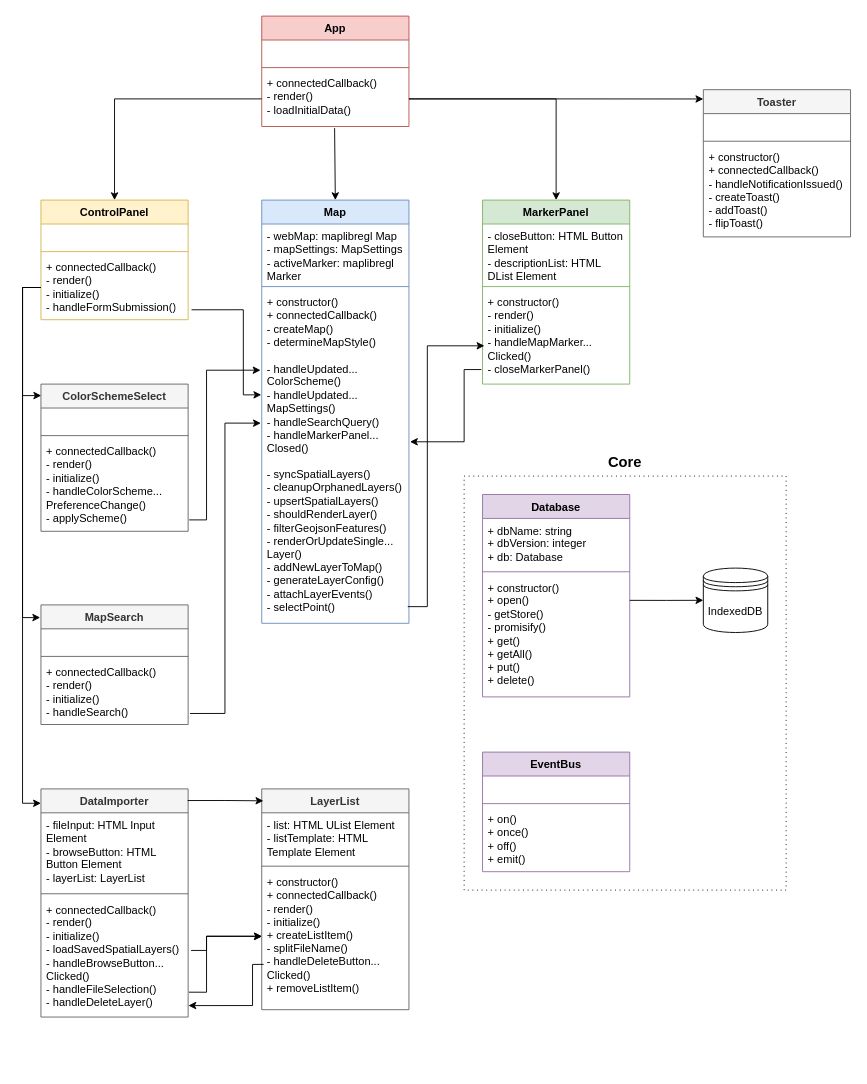
Before: docs/ClassDiagram.drawio in Aps-x/Capstone, a draw.io diagram. Source tidied: cells renumbered, new cells numbered last; positions are measured from the earlier drawing's top-left corner, leaving out a move shared by most shapes. Both pictures are drawn from the tidied source at 92%, with x=0, y=0 at pixel (40, 16).
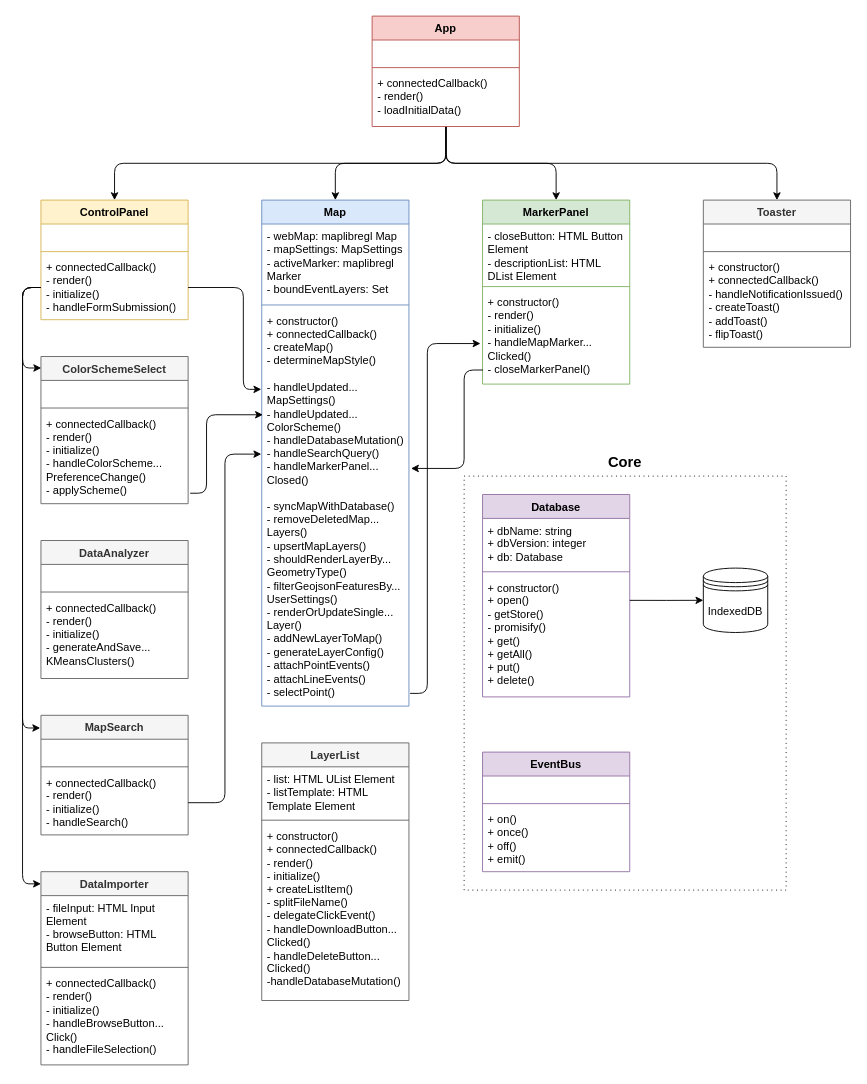
The same diagram, later.

The change refers to these unchanged cells:
```xml
<mxCell id="7" value="ControlPanel" style="swimlane;fontStyle=1;align=center;verticalAlign=top;horizontal=1;startSize=26;whiteSpace=wrap;html=1;fillColor=#fff2cc;strokeColor=#d6b656;" parent="1" vertex="1">
  <mxGeometry y="200" width="160" height="130" as="geometry" />
</mxCell>
<mxCell id="10" value="&lt;div&gt;+ connectedCallback()&lt;/div&gt;&lt;div&gt;- render()&lt;/div&gt;&lt;div&gt;- initialize()&lt;/div&gt;&lt;div&gt;- handleFormSubmission()&lt;/div&gt;" style="text;strokeColor=none;fillColor=none;align=left;verticalAlign=top;spacingLeft=4;spacingRight=4;overflow=hidden;points=[[0,0.5],[1,0.5]];portConstraint=eastwest;whiteSpace=wrap;html=1;" parent="7" vertex="1">
  <mxGeometry y="60" width="160" height="70" as="geometry" />
</mxCell>
<mxCell id="11" value="&lt;div&gt;MarkerPanel&lt;/div&gt;" style="swimlane;fontStyle=1;align=center;verticalAlign=top;horizontal=1;startSize=26;whiteSpace=wrap;html=1;fillColor=#d5e8d4;strokeColor=#82b366;" parent="1" vertex="1">
  <mxGeometry x="480" y="200" width="160" height="200" as="geometry" />
</mxCell>
<mxCell id="14" value="&lt;div&gt;+ constructor()&lt;/div&gt;&lt;div&gt;- render()&lt;/div&gt;&lt;div&gt;- initialize()&lt;/div&gt;&lt;div&gt;- handleMapMarker... Clicked()&lt;/div&gt;&lt;div&gt;- closeMarkerPanel()&lt;/div&gt;" style="text;strokeColor=none;fillColor=none;align=left;verticalAlign=top;spacingLeft=4;spacingRight=4;overflow=hidden;points=[[0,0.5],[1,0.5]];portConstraint=eastwest;whiteSpace=wrap;html=1;" parent="11" vertex="1">
  <mxGeometry y="98" width="160" height="102" as="geometry" />
</mxCell>
<mxCell id="18" value="&lt;div&gt;+ connectedCallback()&lt;/div&gt;&lt;div&gt;- render()&lt;/div&gt;&lt;div&gt;- loadInitialData()&lt;/div&gt;" style="text;strokeColor=none;fillColor=none;align=left;verticalAlign=top;spacingLeft=4;spacingRight=4;overflow=hidden;points=[[0,0.5],[1,0.5]];portConstraint=eastwest;whiteSpace=wrap;html=1;" parent="15" vertex="1">
  <mxGeometry y="60" width="160" height="60" as="geometry" />
</mxCell>
<mxCell id="30" value="&lt;div&gt;+ connectedCallback()&lt;/div&gt;&lt;div&gt;- render()&lt;/div&gt;&lt;div&gt;- initialize()&lt;/div&gt;&lt;div&gt;- handleColorScheme... PreferenceChange()&lt;/div&gt;&lt;div&gt;- applyScheme()&lt;/div&gt;" style="text;strokeColor=none;fillColor=none;align=left;verticalAlign=top;spacingLeft=4;spacingRight=4;overflow=hidden;points=[[0,0.5],[1,0.5]];portConstraint=eastwest;whiteSpace=wrap;html=1;" parent="27" vertex="1">
  <mxGeometry y="60" width="160" height="100" as="geometry" />
</mxCell>
<mxCell id="48" value="&lt;div&gt;+ connectedCallback()&lt;/div&gt;&lt;div&gt;- render()&lt;/div&gt;&lt;div&gt;- initialize()&lt;/div&gt;&lt;div&gt;- handleSearch()&lt;/div&gt;" style="text;strokeColor=none;fillColor=none;align=left;verticalAlign=top;spacingLeft=4;spacingRight=4;overflow=hidden;points=[[0,0.5],[1,0.5]];portConstraint=eastwest;whiteSpace=wrap;html=1;" parent="45" vertex="1">
  <mxGeometry y="60" width="160" height="70" as="geometry" />
</mxCell>
```

The edit, as a diff of the source:
```diff
@@
     <mxCell id="3" value="Map" style="swimlane;fontStyle=1;align=center;verticalAlign=top;horizontal=1;startSize=26;whiteSpace=wrap;html=1;fillColor=#dae8fc;strokeColor=#6c8ebf;" parent="1" vertex="1">
-      <mxGeometry x="240" y="200" width="160" height="460" as="geometry" />
+      <mxGeometry x="240" y="200" width="160" height="550" as="geometry" />
     </mxCell>
-    <mxCell id="4" value="&lt;div&gt;- webMap: maplibregl Map&lt;/div&gt;&lt;div&gt;- mapSettings: MapSettings&lt;/div&gt;&lt;div&gt;- activeMarker: maplibregl Marker&lt;/div&gt;" style="text;strokeColor=none;fillColor=none;align=left;verticalAlign=top;spacingLeft=4;spacingRight=4;overflow=hidden;whiteSpace=wrap;html=1;" parent="3" vertex="1">
-      <mxGeometry y="26" width="160" height="64" as="geometry" />
+    <mxCell id="4" value="&lt;div&gt;- webMap: maplibregl Map&lt;/div&gt;&lt;div&gt;- mapSettings: MapSettings&lt;/div&gt;&lt;div&gt;- activeMarker: maplibregl Marker&lt;/div&gt;&lt;div&gt;- boundEventLayers: Set&lt;/div&gt;" style="text;strokeColor=none;fillColor=none;align=left;verticalAlign=top;spacingLeft=4;spacingRight=4;overflow=hidden;whiteSpace=wrap;html=1;" parent="3" vertex="1">
+      <mxGeometry y="26" width="160" height="84" as="geometry" />
     </mxCell>
     <mxCell id="5" style="line;strokeWidth=1;fillColor=none;align=left;verticalAlign=middle;spacingTop=-1;spacingLeft=3;spacingRight=3;labelPosition=right;strokeColor=inherit;" parent="3" vertex="1">
-      <mxGeometry y="90" width="160" height="8" as="geometry" />
+      <mxGeometry y="110" width="160" height="8" as="geometry" />
     </mxCell>
-    <mxCell id="6" value="&lt;div&gt;+ constructor()&lt;/div&gt;&lt;div&gt;+ connectedCallback()&lt;/div&gt;&lt;div&gt;- createMap()&lt;/div&gt;&lt;div&gt;- determineMapStyle()&lt;/div&gt;&lt;div&gt;&lt;br&gt;&lt;/div&gt;&lt;div&gt;- handleUpdated... ColorScheme()&lt;/div&gt;&lt;div&gt;- handleUpdated... MapSettings()&lt;/div&gt;&lt;div&gt;&lt;div&gt;- handleSearchQuery()&lt;/div&gt;&lt;div&gt;- handleMarkerPanel... Closed()&lt;/div&gt;&lt;br&gt;&lt;/div&gt;&lt;div&gt;- syncSpatialLayers()&lt;/div&gt;&lt;div&gt;- cleanupOrphanedLayers()&lt;/div&gt;&lt;div&gt;- upsertSpatialLayers()&lt;/div&gt;&lt;div&gt;- shouldRenderLayer()&lt;/div&gt;&lt;div&gt;- filterGeojsonFeatures()&lt;/div&gt;&lt;div&gt;- renderOrUpdateSingle... Layer()&lt;/div&gt;&lt;div&gt;- addNewLayerToMap()&lt;/div&gt;&lt;div&gt;- generateLayerConfig()&lt;/div&gt;&lt;div&gt;- attachLayerEvents()&lt;/div&gt;&lt;div&gt;- selectPoint()&lt;/div&gt;" style="text;strokeColor=none;fillColor=none;align=left;verticalAlign=top;spacingLeft=4;spacingRight=4;overflow=hidden;points=[[0,0.5],[1,0.5]];portConstraint=eastwest;whiteSpace=wrap;html=1;" parent="3" vertex="1">
-      <mxGeometry y="98" width="160" height="362" as="geometry" />
+    <mxCell id="6" value="&lt;div&gt;+ constructor()&lt;/div&gt;&lt;div&gt;+ connectedCallback()&lt;/div&gt;&lt;div&gt;- createMap()&lt;/div&gt;&lt;div&gt;- determineMapStyle()&lt;/div&gt;&lt;div&gt;&lt;br&gt;&lt;/div&gt;&lt;div&gt;- handleUpdated... MapSettings()&lt;/div&gt;&lt;div&gt;- handleUpdated... ColorScheme()&lt;/div&gt;&lt;div&gt;- handleDatabaseMutation()&lt;/div&gt;&lt;div&gt;&lt;div&gt;- handleSearchQuery()&lt;/div&gt;&lt;div&gt;- handleMarkerPanel... Closed()&lt;/div&gt;&lt;br&gt;&lt;/div&gt;&lt;div&gt;- syncMapWithDatabase()&lt;/div&gt;&lt;div&gt;- removeDeletedMap... Layers()&lt;/div&gt;&lt;div&gt;- upsertMapLayers()&lt;/div&gt;&lt;div&gt;- shouldRenderLayerBy... GeometryType()&lt;/div&gt;&lt;div&gt;- filterGeojsonFeaturesBy... UserSettings()&lt;/div&gt;&lt;div&gt;- renderOrUpdateSingle... Layer()&lt;/div&gt;&lt;div&gt;- addNewLayerToMap()&lt;/div&gt;&lt;div&gt;- generateLayerConfig()&lt;/div&gt;&lt;div&gt;- attachPointEvents()&lt;/div&gt;&lt;div&gt;- attachLineEvents()&lt;/div&gt;&lt;div&gt;- selectPoint()&lt;/div&gt;" style="text;strokeColor=none;fillColor=none;align=left;verticalAlign=top;spacingLeft=4;spacingRight=4;overflow=hidden;points=[[0,0.5],[1,0.5]];portConstraint=eastwest;whiteSpace=wrap;html=1;" parent="3" vertex="1">
+      <mxGeometry y="118" width="160" height="432" as="geometry" />
     </mxCell>
@@
+    <mxCell id="66" style="edgeStyle=orthogonalEdgeStyle;rounded=1;jettySize=auto;html=1;curved=0;" parent="1" edge="1" source="15" target="11">
+      <mxGeometry relative="1" as="geometry" />
+    </mxCell>
+    <mxCell id="67" style="edgeStyle=orthogonalEdgeStyle;rounded=1;jettySize=auto;html=1;entryX=0.5;entryY=0;entryDx=0;entryDy=0;curved=0;" parent="1" edge="1" source="15" target="3">
+      <mxGeometry relative="1" as="geometry" />
+    </mxCell>
+    <mxCell id="26" style="edgeStyle=orthogonalEdgeStyle;rounded=1;jettySize=auto;html=1;exitX=0.503;exitY=0.991;exitDx=0;exitDy=0;exitPerimeter=0;curved=0;" parent="1" edge="1" source="18" target="22">
+      <mxGeometry relative="1" as="geometry" />
+    </mxCell>
+    <mxCell id="21" style="edgeStyle=orthogonalEdgeStyle;rounded=1;jettySize=auto;html=1;exitX=0.503;exitY=0.991;exitDx=0;exitDy=0;exitPerimeter=0;curved=0;" parent="1" edge="1" source="18" target="7">
+      <mxGeometry relative="1" as="geometry" />
+    </mxCell>
     <mxCell id="15" value="App" style="swimlane;fontStyle=1;align=center;verticalAlign=top;horizontal=1;startSize=26;whiteSpace=wrap;html=1;fillColor=#f8cecc;strokeColor=#b85450;" parent="1" vertex="1">
-      <mxGeometry x="240" width="160" height="120" as="geometry" />
+      <mxGeometry x="360" width="160" height="120" as="geometry" />
     </mxCell>
@@
-    <mxCell id="19" style="endArrow=classic;html=1;rounded=0;exitX=0.495;exitY=1.029;exitDx=0;exitDy=0;exitPerimeter=0;entryX=0.5;entryY=0;entryDx=0;entryDy=0;" parent="1" edge="1" source="18" target="3">
-      <mxGeometry relative="1" as="geometry" />
-    </mxCell>
-    <mxCell id="20" style="edgeStyle=orthogonalEdgeStyle;rounded=0;jettySize=auto;html=1;entryX=0.5;entryY=0;entryDx=0;entryDy=0;" parent="1" edge="1" source="18" target="11">
-      <mxGeometry relative="1" as="geometry" />
-    </mxCell>
-    <mxCell id="21" style="edgeStyle=orthogonalEdgeStyle;rounded=0;jettySize=auto;html=1;exitX=0;exitY=0.5;exitDx=0;exitDy=0;entryX=0.5;entryY=0;entryDx=0;entryDy=0;" parent="1" edge="1" source="18" target="7">
-      <mxGeometry relative="1" as="geometry" />
-    </mxCell>
     <mxCell id="22" value="Toaster" style="swimlane;fontStyle=1;align=center;verticalAlign=top;horizontal=1;startSize=26;whiteSpace=wrap;html=1;fillColor=#f5f5f5;strokeColor=#666666;fontColor=#333333;" parent="1" vertex="1">
-      <mxGeometry x="720" y="80" width="160" height="160" as="geometry" />
+      <mxGeometry x="720" y="200" width="160" height="160" as="geometry" />
     </mxCell>
@@
-    <mxCell id="26" style="edgeStyle=orthogonalEdgeStyle;rounded=0;jettySize=auto;html=1;exitX=1;exitY=0.5;exitDx=0;exitDy=0;entryX=0;entryY=0.063;entryDx=0;entryDy=0;entryPerimeter=0;" parent="1" edge="1" source="18" target="22">
-      <mxGeometry relative="1" as="geometry" />
-    </mxCell>
     <mxCell id="27" value="ColorSchemeSelect" style="swimlane;fontStyle=1;align=center;verticalAlign=top;horizontal=1;startSize=26;whiteSpace=wrap;html=1;fillColor=#f5f5f5;strokeColor=#666666;fontColor=#333333;" parent="1" vertex="1">
-      <mxGeometry y="400" width="160" height="160" as="geometry" />
+      <mxGeometry y="370" width="160" height="160" as="geometry" />
     </mxCell>
@@
-    <mxCell id="31" style="edgeStyle=orthogonalEdgeStyle;rounded=0;jettySize=auto;html=1;entryX=-0.003;entryY=0.314;entryDx=0;entryDy=0;entryPerimeter=0;exitX=1.023;exitY=0.846;exitDx=0;exitDy=0;exitPerimeter=0;" parent="1" edge="1" source="10" target="6">
-      <mxGeometry relative="1" as="geometry">
-        <Array as="points">
-          <mxPoint x="220" y="319" />
-          <mxPoint x="220" y="412" />
-        </Array>
-      </mxGeometry>
-    </mxCell>
-    <mxCell id="32" style="edgeStyle=orthogonalEdgeStyle;rounded=0;jettySize=auto;html=1;entryX=1.007;entryY=0.455;entryDx=0;entryDy=0;entryPerimeter=0;exitX=-0.008;exitY=0.845;exitDx=0;exitDy=0;exitPerimeter=0;" parent="1" edge="1" source="14" target="6">
-      <mxGeometry relative="1" as="geometry">
-        <Array as="points">
-          <mxPoint x="460" y="384" />
-          <mxPoint x="460" y="463" />
-        </Array>
-      </mxGeometry>
-    </mxCell>
-    <mxCell id="33" style="edgeStyle=orthogonalEdgeStyle;rounded=0;jettySize=auto;html=1;entryX=0.013;entryY=0.592;entryDx=0;entryDy=0;entryPerimeter=0;exitX=0.992;exitY=0.95;exitDx=0;exitDy=0;exitPerimeter=0;" parent="1" edge="1" source="6" target="14">
-      <mxGeometry relative="1" as="geometry">
-        <Array as="points">
-          <mxPoint x="420" y="642" />
-          <mxPoint x="420" y="358" />
-        </Array>
-      </mxGeometry>
-    </mxCell>
-    <mxCell id="34" style="edgeStyle=orthogonalEdgeStyle;rounded=0;jettySize=auto;html=1;exitX=1.007;exitY=0.876;exitDx=0;exitDy=0;entryX=-0.008;entryY=0.24;entryDx=0;entryDy=0;entryPerimeter=0;exitPerimeter=0;" parent="1" edge="1" source="30" target="6">
-      <mxGeometry relative="1" as="geometry">
-        <Array as="points">
-          <mxPoint x="180" y="548" />
-          <mxPoint x="180" y="385" />
-        </Array>
-      </mxGeometry>
-    </mxCell>
-    <mxCell id="35" style="edgeStyle=orthogonalEdgeStyle;rounded=0;jettySize=auto;html=1;entryX=0.002;entryY=0.078;entryDx=0;entryDy=0;entryPerimeter=0;" parent="1" edge="1" source="10" target="27">
+    <mxCell id="35" style="edgeStyle=orthogonalEdgeStyle;rounded=1;jettySize=auto;html=1;entryX=0.002;entryY=0.078;entryDx=0;entryDy=0;entryPerimeter=0;curved=0;" parent="1" edge="1" source="10" target="27">
       <mxGeometry relative="1" as="geometry" />
     </mxCell>
     <mxCell id="36" value="DataImporter" style="swimlane;fontStyle=1;align=center;verticalAlign=top;horizontal=1;startSize=26;whiteSpace=wrap;html=1;fillColor=#f5f5f5;strokeColor=#666666;fontColor=#333333;" parent="1" vertex="1">
-      <mxGeometry y="840" width="160" height="248" as="geometry" />
+      <mxGeometry y="930" width="160" height="210" as="geometry" />
     </mxCell>
-    <mxCell id="37" value="&lt;div&gt;- fileInput: HTML Input Element&lt;/div&gt;&lt;div&gt;- browseButton: HTML Button Element&lt;/div&gt;&lt;div&gt;- layerList: LayerList&lt;/div&gt;" style="text;align=left;verticalAlign=top;spacingLeft=4;spacingRight=4;overflow=hidden;whiteSpace=wrap;html=1;" parent="36" vertex="1">
-      <mxGeometry y="26" width="160" height="84" as="geometry" />
+    <mxCell id="37" value="&lt;div&gt;- fileInput: HTML Input Element&lt;/div&gt;&lt;div&gt;- browseButton: HTML Button Element&lt;/div&gt;" style="text;align=left;verticalAlign=top;spacingLeft=4;spacingRight=4;overflow=hidden;whiteSpace=wrap;html=1;" parent="36" vertex="1">
+      <mxGeometry y="26" width="160" height="74" as="geometry" />
     </mxCell>
     <mxCell id="38" style="line;strokeWidth=1;fillColor=none;align=left;verticalAlign=middle;spacingTop=-1;spacingLeft=3;spacingRight=3;labelPosition=right;strokeColor=inherit;" parent="36" vertex="1">
-      <mxGeometry y="110" width="160" height="8" as="geometry" />
+      <mxGeometry y="100" width="160" height="8" as="geometry" />
     </mxCell>
-    <mxCell id="39" value="&lt;div&gt;+ connectedCallback()&lt;/div&gt;&lt;div&gt;- render()&lt;/div&gt;&lt;div&gt;- initialize()&lt;/div&gt;&lt;div&gt;- loadSavedSpatialLayers()&lt;/div&gt;&lt;div&gt;- handleBrowseButton... Clicked()&lt;/div&gt;&lt;div&gt;- handleFileSelection()&lt;/div&gt;&lt;div&gt;- handleDeleteLayer()&lt;/div&gt;" style="text;strokeColor=none;fillColor=none;align=left;verticalAlign=top;spacingLeft=4;spacingRight=4;overflow=hidden;points=[[0,0.5],[1,0.5]];portConstraint=eastwest;whiteSpace=wrap;html=1;" parent="36" vertex="1">
-      <mxGeometry y="118" width="160" height="130" as="geometry" />
+    <mxCell id="39" value="&lt;div&gt;+ connectedCallback()&lt;/div&gt;&lt;div&gt;- render()&lt;/div&gt;&lt;div&gt;- initialize()&lt;/div&gt;&lt;div&gt;- handleBrowseButton... Click()&lt;/div&gt;&lt;div&gt;- handleFileSelection()&lt;/div&gt;" style="text;strokeColor=none;fillColor=none;align=left;verticalAlign=top;spacingLeft=4;spacingRight=4;overflow=hidden;points=[[0,0.5],[1,0.5]];portConstraint=eastwest;whiteSpace=wrap;html=1;" parent="36" vertex="1">
+      <mxGeometry y="108" width="160" height="102" as="geometry" />
     </mxCell>
-    <mxCell id="40" style="edgeStyle=orthogonalEdgeStyle;rounded=0;jettySize=auto;html=1;entryX=0;entryY=0.063;entryDx=0;entryDy=0;entryPerimeter=0;" parent="1" edge="1" source="10" target="36">
+    <mxCell id="40" style="edgeStyle=orthogonalEdgeStyle;rounded=1;jettySize=auto;html=1;entryX=0;entryY=0.063;entryDx=0;entryDy=0;entryPerimeter=0;curved=0;" parent="1" edge="1" source="10" target="36">
       <mxGeometry relative="1" as="geometry" />
     </mxCell>
     <mxCell id="41" value="LayerList" style="swimlane;fontStyle=1;align=center;verticalAlign=top;horizontal=1;startSize=26;whiteSpace=wrap;html=1;fillColor=#f5f5f5;strokeColor=#666666;fontColor=#333333;" parent="1" vertex="1">
-      <mxGeometry x="240" y="840" width="160" height="240" as="geometry" />
+      <mxGeometry x="240" y="790" width="160" height="280" as="geometry" />
     </mxCell>
@@
-    <mxCell id="44" value="&lt;div&gt;+ constructor()&lt;/div&gt;&lt;div&gt;+ connectedCallback()&lt;/div&gt;&lt;div&gt;- render()&lt;/div&gt;&lt;div&gt;- initialize()&lt;/div&gt;&lt;div&gt;+ createListItem()&lt;/div&gt;&lt;div&gt;- splitFileName()&lt;/div&gt;&lt;div&gt;- handleDeleteButton... Clicked()&lt;/div&gt;&lt;div&gt;+ removeListItem()&lt;/div&gt;&lt;div&gt;&lt;br&gt;&lt;/div&gt;" style="text;strokeColor=none;fillColor=none;align=left;verticalAlign=top;spacingLeft=4;spacingRight=4;overflow=hidden;points=[[0,0.5],[1,0.5]];portConstraint=eastwest;whiteSpace=wrap;html=1;" parent="41" vertex="1">
-      <mxGeometry y="88" width="160" height="152" as="geometry" />
+    <mxCell id="44" value="&lt;div&gt;+ constructor()&lt;/div&gt;&lt;div&gt;+ connectedCallback()&lt;/div&gt;&lt;div&gt;- render()&lt;/div&gt;&lt;div&gt;- initialize()&lt;/div&gt;&lt;div&gt;+ createListItem()&lt;/div&gt;&lt;div&gt;- splitFileName()&lt;/div&gt;&lt;div&gt;- delegateClickEvent()&lt;/div&gt;&lt;div&gt;- handleDownloadButton... Clicked()&lt;/div&gt;&lt;div&gt;- handleDeleteButton... Clicked()&lt;/div&gt;&lt;div&gt;-handleDatabaseMutation()&lt;/div&gt;&lt;div&gt;&lt;br&gt;&lt;/div&gt;" style="text;strokeColor=none;fillColor=none;align=left;verticalAlign=top;spacingLeft=4;spacingRight=4;overflow=hidden;points=[[0,0.5],[1,0.5]];portConstraint=eastwest;whiteSpace=wrap;html=1;" parent="41" vertex="1">
+      <mxGeometry y="88" width="160" height="192" as="geometry" />
     </mxCell>
     <mxCell id="45" value="&lt;div&gt;MapSearch&lt;/div&gt;" style="swimlane;fontStyle=1;align=center;verticalAlign=top;horizontal=1;startSize=26;whiteSpace=wrap;html=1;fillColor=#f5f5f5;strokeColor=#666666;fontColor=#333333;" parent="1" vertex="1">
-      <mxGeometry y="640" width="160" height="130" as="geometry" />
+      <mxGeometry y="760" width="160" height="130" as="geometry" />
     </mxCell>
@@
-    <mxCell id="49" style="edgeStyle=orthogonalEdgeStyle;rounded=0;jettySize=auto;html=1;entryX=-0.005;entryY=0.106;entryDx=0;entryDy=0;entryPerimeter=0;" parent="1" edge="1" source="10" target="45">
+    <mxCell id="49" style="edgeStyle=orthogonalEdgeStyle;rounded=1;jettySize=auto;html=1;entryX=-0.005;entryY=0.106;entryDx=0;entryDy=0;entryPerimeter=0;curved=0;" parent="1" edge="1" source="10" target="45">
       <mxGeometry relative="1" as="geometry" />
     </mxCell>
-    <mxCell id="50" style="edgeStyle=orthogonalEdgeStyle;rounded=0;jettySize=auto;html=1;entryX=0.011;entryY=0.054;entryDx=0;entryDy=0;entryPerimeter=0;exitX=0.997;exitY=0.051;exitDx=0;exitDy=0;exitPerimeter=0;" parent="1" edge="1" source="36" target="41">
-      <mxGeometry relative="1" as="geometry" />
-    </mxCell>
-    <mxCell id="51" style="edgeStyle=orthogonalEdgeStyle;rounded=0;jettySize=auto;html=1;entryX=0;entryY=0.474;entryDx=0;entryDy=0;entryPerimeter=0;exitX=1.02;exitY=0.443;exitDx=0;exitDy=0;exitPerimeter=0;" parent="1" edge="1" source="39" target="44">
-      <mxGeometry relative="1" as="geometry">
-        <Array as="points">
-          <mxPoint x="180" y="1016" />
-          <mxPoint x="180" y="1000" />
-        </Array>
-      </mxGeometry>
-    </mxCell>
-    <mxCell id="52" style="edgeStyle=orthogonalEdgeStyle;rounded=0;jettySize=auto;html=1;entryX=0.002;entryY=0.476;entryDx=0;entryDy=0;entryPerimeter=0;exitX=1.005;exitY=0.792;exitDx=0;exitDy=0;exitPerimeter=0;" parent="1" edge="1" source="39" target="44">
-      <mxGeometry relative="1" as="geometry">
-        <Array as="points">
-          <mxPoint x="180" y="1061" />
-          <mxPoint x="180" y="1000" />
-        </Array>
-      </mxGeometry>
-    </mxCell>
-    <mxCell id="53" style="edgeStyle=orthogonalEdgeStyle;rounded=0;jettySize=auto;html=1;entryX=1.002;entryY=0.904;entryDx=0;entryDy=0;entryPerimeter=0;exitX=0.013;exitY=0.676;exitDx=0;exitDy=0;exitPerimeter=0;" parent="1" edge="1" source="44" target="39">
-      <mxGeometry relative="1" as="geometry">
-        <Array as="points">
-          <mxPoint x="230" y="1031" />
-          <mxPoint x="230" y="1075" />
-        </Array>
-      </mxGeometry>
-    </mxCell>
-    <mxCell id="54" style="edgeStyle=orthogonalEdgeStyle;rounded=0;jettySize=auto;html=1;entryX=-0.006;entryY=0.399;entryDx=0;entryDy=0;entryPerimeter=0;exitX=1.013;exitY=0.829;exitDx=0;exitDy=0;exitPerimeter=0;" parent="1" edge="1" source="48" target="6">
-      <mxGeometry relative="1" as="geometry" />
-    </mxCell>
@@
+    <mxCell id="68" value="&lt;div&gt;DataAnalyzer&lt;/div&gt;" style="swimlane;fontStyle=1;align=center;verticalAlign=top;horizontal=1;startSize=26;whiteSpace=wrap;html=1;fillColor=#f5f5f5;strokeColor=#666666;fontColor=#333333;" parent="1" vertex="1">
+      <mxGeometry y="570" width="160" height="150" as="geometry" />
+    </mxCell>
+    <mxCell id="69" value="&amp;nbsp;" style="text;align=left;verticalAlign=top;spacingLeft=4;spacingRight=4;overflow=hidden;whiteSpace=wrap;html=1;" parent="68" vertex="1">
+      <mxGeometry y="26" width="160" height="26" as="geometry" />
+    </mxCell>
+    <mxCell id="70" style="line;strokeWidth=1;fillColor=none;align=left;verticalAlign=middle;spacingTop=-1;spacingLeft=3;spacingRight=3;labelPosition=right;strokeColor=inherit;" parent="68" vertex="1">
+      <mxGeometry y="52" width="160" height="8" as="geometry" />
+    </mxCell>
+    <mxCell id="71" value="&lt;div&gt;+ connectedCallback()&lt;/div&gt;&lt;div&gt;- render()&lt;/div&gt;&lt;div&gt;- initialize()&lt;/div&gt;&lt;div&gt;- generateAndSave... KMeansClusters()&lt;/div&gt;" style="text;strokeColor=none;fillColor=none;align=left;verticalAlign=top;spacingLeft=4;spacingRight=4;overflow=hidden;whiteSpace=wrap;html=1;" parent="68" vertex="1">
+      <mxGeometry y="60" width="160" height="90" as="geometry" />
+    </mxCell>
+    <mxCell id="31" style="edgeStyle=orthogonalEdgeStyle;rounded=1;jettySize=auto;html=1;exitX=1;exitY=0.5;exitDx=0;exitDy=0;entryX=-0.003;entryY=0.203;entryDx=0;entryDy=0;entryPerimeter=0;curved=0;" parent="1" edge="1" source="10" target="6">
+      <mxGeometry relative="1" as="geometry">
+        <Array as="points">
+          <mxPoint x="220" y="295" />
+          <mxPoint x="220" y="406" />
+        </Array>
+      </mxGeometry>
+    </mxCell>
+    <mxCell id="34" style="edgeStyle=orthogonalEdgeStyle;rounded=1;jettySize=auto;html=1;entryX=0.008;entryY=0.267;entryDx=0;entryDy=0;entryPerimeter=0;exitX=1.014;exitY=0.886;exitDx=0;exitDy=0;exitPerimeter=0;curved=0;" parent="1" edge="1" source="30" target="6">
+      <mxGeometry relative="1" as="geometry">
+        <Array as="points">
+          <mxPoint x="180" y="519" />
+          <mxPoint x="180" y="433" />
+        </Array>
+      </mxGeometry>
+    </mxCell>
+    <mxCell id="54" style="edgeStyle=orthogonalEdgeStyle;rounded=1;jettySize=auto;html=1;entryX=-0.003;entryY=0.366;entryDx=0;entryDy=0;entryPerimeter=0;curved=0;" parent="1" edge="1" source="48" target="6">
+      <mxGeometry relative="1" as="geometry" />
+    </mxCell>
+    <mxCell id="33" style="edgeStyle=orthogonalEdgeStyle;rounded=1;jettySize=auto;html=1;entryX=-0.014;entryY=0.568;entryDx=0;entryDy=0;entryPerimeter=0;exitX=1.008;exitY=0.968;exitDx=0;exitDy=0;exitPerimeter=0;curved=0;" parent="1" edge="1" source="6" target="14">
+      <mxGeometry relative="1" as="geometry">
+        <Array as="points">
+          <mxPoint x="420" y="736" />
+          <mxPoint x="420" y="356" />
+        </Array>
+      </mxGeometry>
+    </mxCell>
+    <mxCell id="32" style="edgeStyle=orthogonalEdgeStyle;rounded=1;jettySize=auto;html=1;entryX=1.014;entryY=0.402;entryDx=0;entryDy=0;entryPerimeter=0;exitX=0.003;exitY=0.85;exitDx=0;exitDy=0;exitPerimeter=0;curved=0;" parent="1" edge="1" source="14" target="6">
+      <mxGeometry relative="1" as="geometry">
+        <Array as="points">
+          <mxPoint x="460" y="385" />
+          <mxPoint x="460" y="492" />
+        </Array>
+      </mxGeometry>
+    </mxCell>
```
